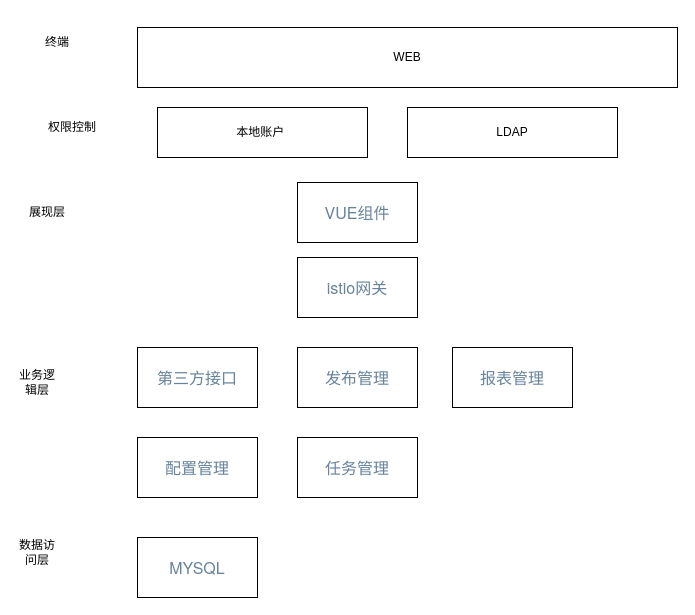
Earlier version of the draw.io diagram 统一门户.drawio (tengxiao/zabbix-report). Source tidied: cells renumbered, new cells numbered last; positions are measured from the earlier drawing's top-left corner, leaving out a move shared by most shapes. Both pictures are drawn from the tidied source at 100%, with x=0, y=0 at pixel (17, 17).
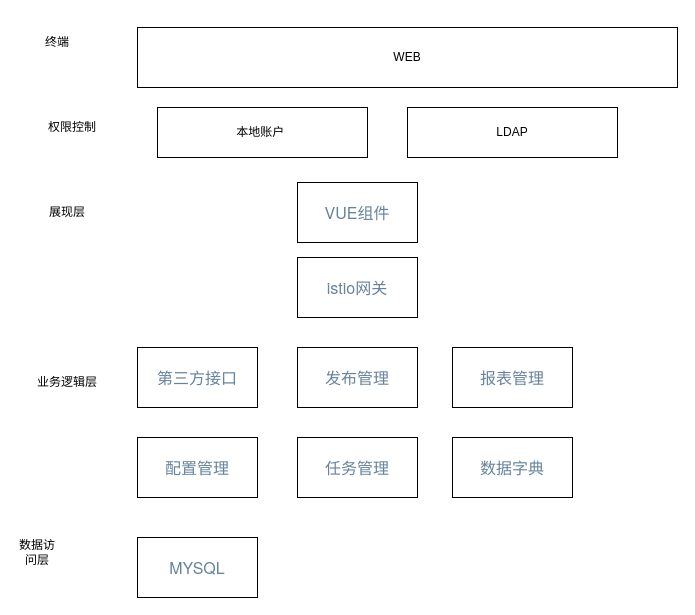
The same diagram, later.

Commit message (it also covers changes not shown here):
更新统一门户.drawio

What changed in the source:
```diff
@@
 <mxGraphModel>
   <root>
     <mxCell id="0" />
     <mxCell id="1" parent="0" />
     <mxCell id="2" value="WEB" style="rounded=0;whiteSpace=wrap;html=1;" parent="1" vertex="1">
       <mxGeometry x="120" y="10" width="540" height="60" as="geometry" />
     </mxCell>
     <mxCell id="3" value="&lt;span style=&quot;color: rgb(103 , 131 , 156) ; font-family: &amp;#34;helvetica neue&amp;#34; , &amp;#34;helvetica&amp;#34; , &amp;#34;arial&amp;#34; , sans-serif ; font-size: 16px ; background-color: rgb(255 , 255 , 255)&quot;&gt;VUE组件&lt;/span&gt;" style="rounded=0;whiteSpace=wrap;html=1;" parent="1" vertex="1">
       <mxGeometry x="280" y="165" width="120" height="60" as="geometry" />
     </mxCell>
     <mxCell id="4" value="终端" style="text;html=1;strokeColor=none;fillColor=none;align=center;verticalAlign=middle;whiteSpace=wrap;rounded=0;" parent="1" vertex="1">
       <mxGeometry x="20" width="40" height="50" as="geometry" />
     </mxCell>
     <mxCell id="5" value="展现层" style="text;html=1;strokeColor=none;fillColor=none;align=center;verticalAlign=middle;whiteSpace=wrap;rounded=0;" parent="1" vertex="1">
-      <mxGeometry x="10" y="170" width="40" height="50" as="geometry" />
+      <mxGeometry x="30" y="170" width="40" height="50" as="geometry" />
     </mxCell>
     <mxCell id="6" value="本地账户&lt;span style=&quot;white-space: pre&quot;&gt; &lt;/span&gt;" style="rounded=0;whiteSpace=wrap;html=1;" parent="1" vertex="1">
       <mxGeometry x="140" y="90" width="210" height="50" as="geometry" />
     </mxCell>
     <mxCell id="7" value="LDAP" style="rounded=0;whiteSpace=wrap;html=1;" parent="1" vertex="1">
       <mxGeometry x="390" y="90" width="210" height="50" as="geometry" />
     </mxCell>
     <mxCell id="8" value="权限控制" style="text;html=1;strokeColor=none;fillColor=none;align=center;verticalAlign=middle;whiteSpace=wrap;rounded=0;" parent="1" vertex="1">
       <mxGeometry x="20" y="100" width="70" height="20" as="geometry" />
     </mxCell>
     <mxCell id="9" value="业务逻辑层" style="text;html=1;strokeColor=none;fillColor=none;align=center;verticalAlign=middle;whiteSpace=wrap;rounded=0;" parent="1" vertex="1">
-      <mxGeometry y="340" width="40" height="50" as="geometry" />
+      <mxGeometry y="340" width="100" height="50" as="geometry" />
     </mxCell>
     <mxCell id="10" value="&lt;span style=&quot;color: rgb(103 , 131 , 156) ; font-family: &amp;#34;helvetica neue&amp;#34; , &amp;#34;helvetica&amp;#34; , &amp;#34;arial&amp;#34; , sans-serif ; font-size: 16px ; background-color: rgb(255 , 255 , 255)&quot;&gt;第三方接口&lt;/span&gt;" style="rounded=0;whiteSpace=wrap;html=1;" parent="1" vertex="1">
       <mxGeometry x="120" y="330" width="120" height="60" as="geometry" />
     </mxCell>
     <mxCell id="11" value="&lt;font color=&quot;#67839c&quot; face=&quot;helvetica neue, helvetica, arial, sans-serif&quot;&gt;&lt;span style=&quot;font-size: 16px ; background-color: rgb(255 , 255 , 255)&quot;&gt;istio网关&lt;/span&gt;&lt;/font&gt;" style="rounded=0;whiteSpace=wrap;html=1;" parent="1" vertex="1">
       <mxGeometry x="280" y="240" width="120" height="60" as="geometry" />
     </mxCell>
     <mxCell id="12" value="&lt;span style=&quot;color: rgb(103 , 131 , 156) ; font-family: &amp;#34;helvetica neue&amp;#34; , &amp;#34;helvetica&amp;#34; , &amp;#34;arial&amp;#34; , sans-serif ; font-size: 16px ; background-color: rgb(255 , 255 , 255)&quot;&gt;发布管理&lt;/span&gt;" style="rounded=0;whiteSpace=wrap;html=1;" parent="1" vertex="1">
       <mxGeometry x="280" y="330" width="120" height="60" as="geometry" />
     </mxCell>
     <mxCell id="13" value="&lt;span style=&quot;color: rgb(103 , 131 , 156) ; font-family: &amp;#34;helvetica neue&amp;#34; , &amp;#34;helvetica&amp;#34; , &amp;#34;arial&amp;#34; , sans-serif ; font-size: 16px ; background-color: rgb(255 , 255 , 255)&quot;&gt;报表管理&lt;/span&gt;" style="rounded=0;whiteSpace=wrap;html=1;" parent="1" vertex="1">
       <mxGeometry x="435" y="330" width="120" height="60" as="geometry" />
     </mxCell>
     <mxCell id="14" value="&lt;font color=&quot;#67839c&quot; face=&quot;helvetica neue, helvetica, arial, sans-serif&quot;&gt;&lt;span style=&quot;font-size: 16px ; background-color: rgb(255 , 255 , 255)&quot;&gt;任务管理&lt;/span&gt;&lt;/font&gt;" style="rounded=0;whiteSpace=wrap;html=1;" parent="1" vertex="1">
       <mxGeometry x="280" y="420" width="120" height="60" as="geometry" />
     </mxCell>
     <mxCell id="15" value="&lt;font color=&quot;#67839c&quot; face=&quot;helvetica neue, helvetica, arial, sans-serif&quot;&gt;&lt;span style=&quot;font-size: 16px ; background-color: rgb(255 , 255 , 255)&quot;&gt;配置管理&lt;/span&gt;&lt;/font&gt;" style="rounded=0;whiteSpace=wrap;html=1;" parent="1" vertex="1">
       <mxGeometry x="120" y="420" width="120" height="60" as="geometry" />
     </mxCell>
     <mxCell id="16" value="数据访问层" style="text;html=1;strokeColor=none;fillColor=none;align=center;verticalAlign=middle;whiteSpace=wrap;rounded=0;" parent="1" vertex="1">
       <mxGeometry y="510" width="40" height="50" as="geometry" />
     </mxCell>
     <mxCell id="17" value="&lt;font color=&quot;#67839c&quot; face=&quot;helvetica neue, helvetica, arial, sans-serif&quot;&gt;&lt;span style=&quot;font-size: 16px ; background-color: rgb(255 , 255 , 255)&quot;&gt;MYSQL&lt;/span&gt;&lt;/font&gt;" style="rounded=0;whiteSpace=wrap;html=1;" parent="1" vertex="1">
       <mxGeometry x="120" y="520" width="120" height="60" as="geometry" />
     </mxCell>
+    <mxCell id="18" value="&lt;font color=&quot;#67839c&quot; face=&quot;helvetica neue, helvetica, arial, sans-serif&quot;&gt;&lt;span style=&quot;font-size: 16px ; background-color: rgb(255 , 255 , 255)&quot;&gt;数据字典&lt;br&gt;&lt;/span&gt;&lt;/font&gt;" style="rounded=0;whiteSpace=wrap;html=1;" parent="1" vertex="1">
+      <mxGeometry x="435" y="420" width="120" height="60" as="geometry" />
+    </mxCell>
   </root>
 </mxGraphModel>
```
